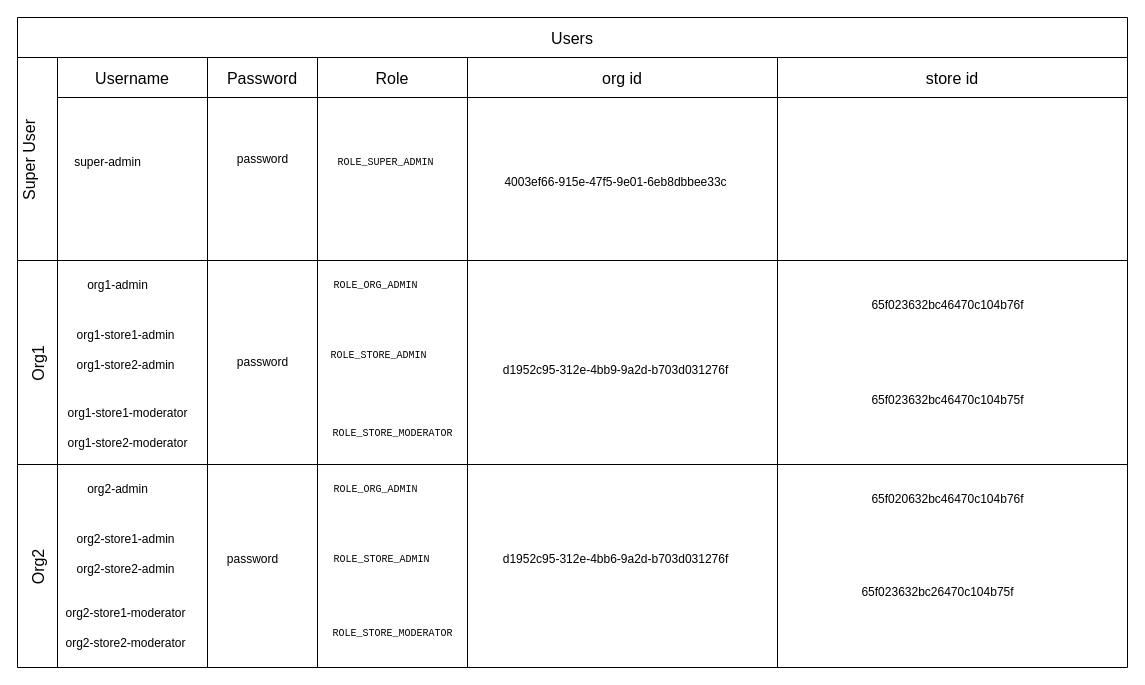
This is default-org-store.drawio from cvhome-saas/cvhome, a draw.io file, before an edit. Source tidied: cells renumbered, new cells numbered last; positions are measured from the earlier drawing's top-left corner, leaving out a move shared by most shapes. Both pictures are drawn from the tidied source at 100%, with x=0, y=0 at pixel (17, 17).
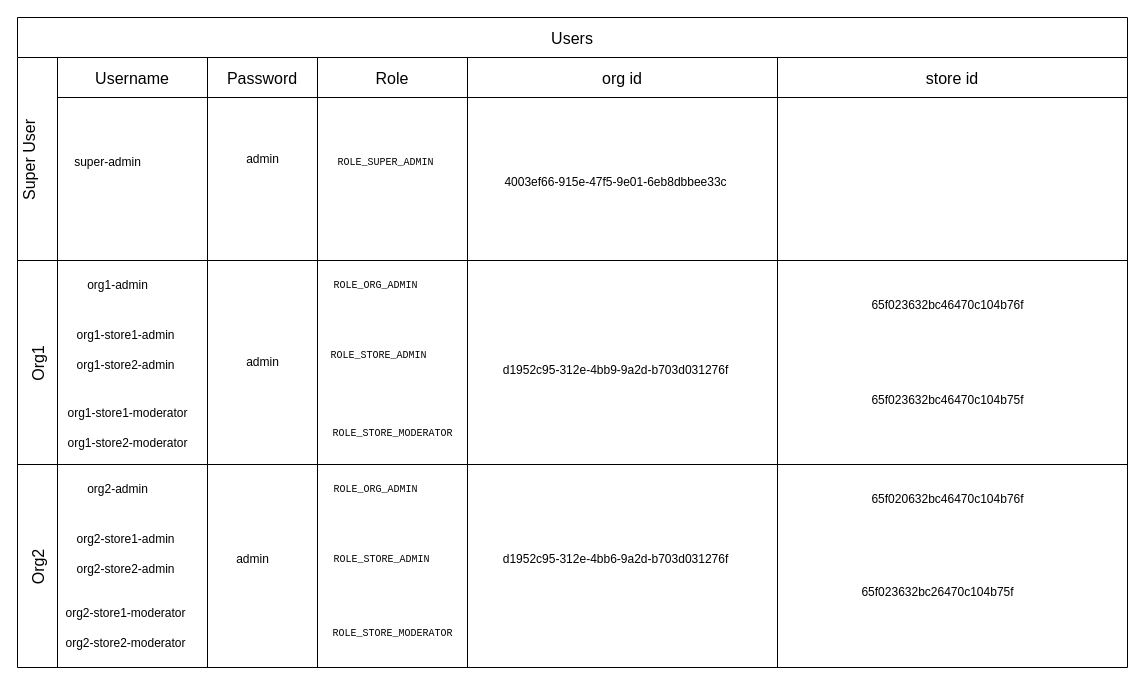
After the change.

Commit message:
add default org store structure

The change refers to these unchanged cells:
```xml
<mxCell id="6" value="Password" style="swimlane;swimlaneHead=0;swimlaneBody=0;fontStyle=0;strokeColor=inherit;fillColor=none;startSize=40;fontSize=16;" parent="3" vertex="1">
  <mxGeometry x="190" width="110" height="203" as="geometry" />
</mxCell>
<mxCell id="20" style="swimlane;swimlaneHead=0;swimlaneBody=0;fontStyle=0;strokeColor=inherit;fillColor=none;startSize=0;fontSize=16;" parent="13" vertex="1">
  <mxGeometry x="190" width="110" height="204" as="geometry" />
</mxCell>
<mxCell id="38" style="swimlane;swimlaneHead=0;swimlaneBody=0;fontStyle=0;strokeColor=inherit;fillColor=none;startSize=0;fontSize=16;" parent="31" vertex="1">
  <mxGeometry x="190" width="110" height="203" as="geometry" />
</mxCell>
```

What changed in the source:
```diff
@@
-    <mxCell id="7" value="password" style="text;html=1;align=center;verticalAlign=middle;strokeColor=none;fillColor=none;" parent="6" vertex="1">
-      <mxGeometry x="20" y="86.5" width="70" height="30" as="geometry" />
+    <mxCell id="7" value="admin" style="text;html=1;align=center;verticalAlign=middle;strokeColor=none;fillColor=none;" parent="6" vertex="1">
+      <mxGeometry x="25" y="86.5" width="60" height="30" as="geometry" />
     </mxCell>
@@
-    <mxCell id="21" value="password" style="text;html=1;align=center;verticalAlign=middle;strokeColor=none;fillColor=none;" parent="20" vertex="1">
-      <mxGeometry x="20" y="87" width="70" height="30" as="geometry" />
+    <mxCell id="21" value="admin" style="text;html=1;align=center;verticalAlign=middle;strokeColor=none;fillColor=none;" parent="20" vertex="1">
+      <mxGeometry x="25" y="87" width="60" height="30" as="geometry" />
     </mxCell>
@@
-    <mxCell id="39" value="password" style="text;html=1;align=center;verticalAlign=middle;strokeColor=none;fillColor=none;" parent="38" vertex="1">
-      <mxGeometry x="10" y="80" width="70" height="30" as="geometry" />
+    <mxCell id="39" value="admin" style="text;html=1;align=center;verticalAlign=middle;strokeColor=none;fillColor=none;" parent="38" vertex="1">
+      <mxGeometry x="15" y="80" width="60" height="30" as="geometry" />
     </mxCell>
```
